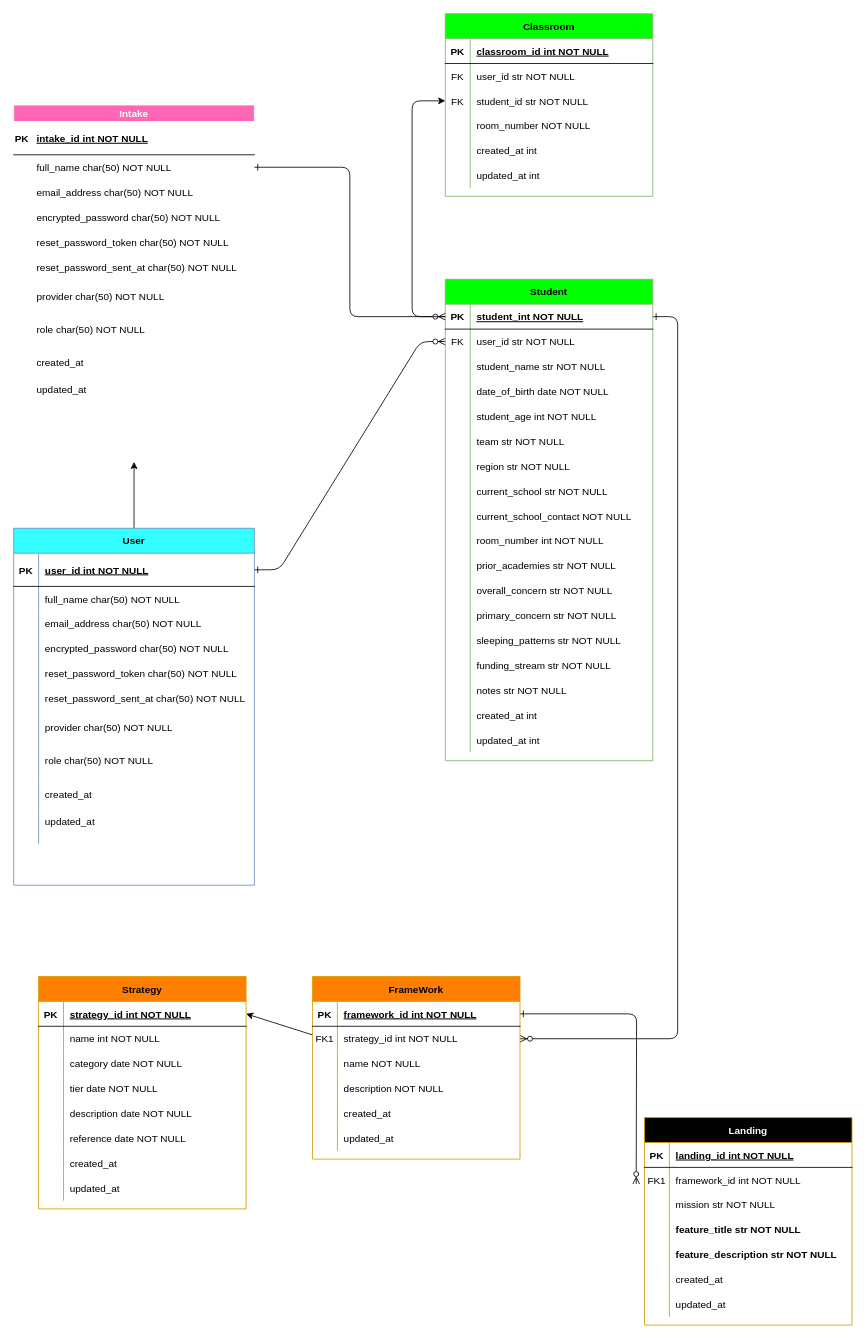
Shariffintech/abena keeps this draw.io diagram as abena-er-diagram.drawio. Above is the earlier version. Source tidied: cells renumbered, new cells numbered last; positions are measured from the earlier drawing's top-left corner, leaving out a move shared by most shapes. Both pictures are drawn from the tidied source at 83%, with x=0, y=0 at pixel (13, 13).
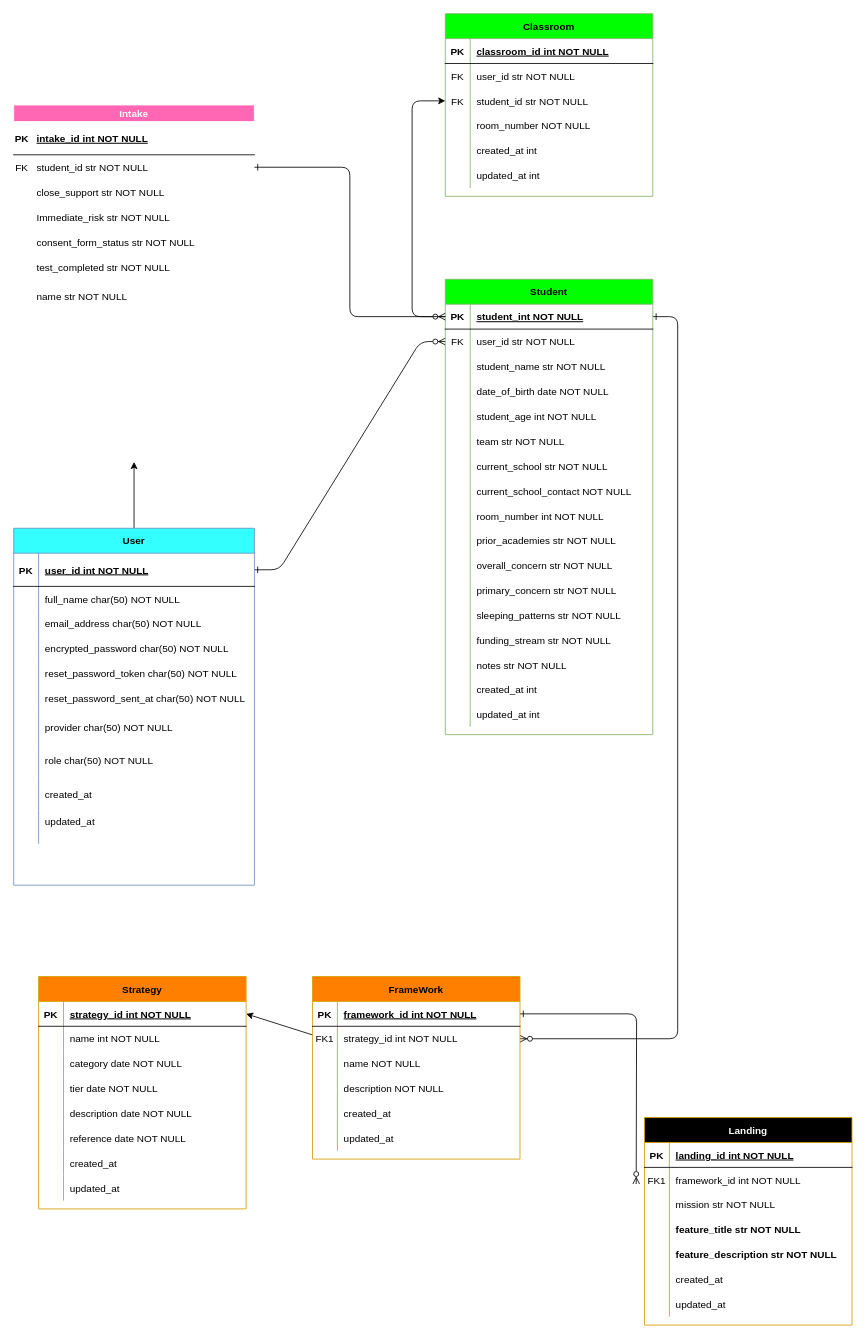
Above is the later version.

Unchanged cells that the change refers to:
```xml
<mxCell id="141" style="shape=partialRectangle;fillColor=none;points=[[0,0.5],[1,0.5]];portConstraint=eastwest;top=0;left=0;right=0;bottom=0;" parent="137" vertex="1">
  <mxGeometry y="60" width="290" height="30" as="geometry" />
</mxCell>
<mxCell id="144" style="shape=partialRectangle;fillColor=none;top=0;left=0;right=0;bottom=0;" parent="137" vertex="1">
  <mxGeometry y="90" width="290" height="30" as="geometry" />
</mxCell>
<mxCell id="147" style="shape=partialRectangle;fillColor=none;top=0;left=0;right=0;bottom=0;" parent="137" vertex="1">
  <mxGeometry y="120" width="290" height="30" as="geometry" />
</mxCell>
<mxCell id="150" style="shape=partialRectangle;fillColor=none;top=0;left=0;right=0;bottom=0;" parent="137" vertex="1">
  <mxGeometry y="150" width="290" height="30" as="geometry" />
</mxCell>
<mxCell id="153" style="shape=partialRectangle;fillColor=none;top=0;left=0;right=0;bottom=0;" parent="137" vertex="1">
  <mxGeometry y="180" width="290" height="30" as="geometry" />
</mxCell>
<mxCell id="156" style="shape=partialRectangle;fillColor=none;top=0;left=0;right=0;bottom=0;" parent="137" vertex="1">
  <mxGeometry y="210" width="290" height="40" as="geometry" />
</mxCell>
<mxCell id="159" style="shape=partialRectangle;fillColor=none;top=0;left=0;right=0;bottom=0;" parent="137" vertex="1">
  <mxGeometry y="250" width="290" height="40" as="geometry" />
</mxCell>
<mxCell id="162" style="shape=partialRectangle;fillColor=none;top=0;left=0;right=0;bottom=0;" parent="137" vertex="1">
  <mxGeometry y="290" width="290" height="40" as="geometry" />
</mxCell>
<mxCell id="165" style="shape=partialRectangle;fillColor=none;top=0;left=0;right=0;bottom=0;" parent="137" vertex="1">
  <mxGeometry y="330" width="290" height="40" as="geometry" />
</mxCell>
```

Change to the diagram source:
```diff
@@
     <mxCell id="4" value="Student" style="shape=table;startSize=30;childLayout=tableLayout;rowLines=0;fontStyle=1;align=center;fillColor=#00FF00;strokeColor=#82b366;fontColor=#000000;" parent="1" vertex="1">
-      <mxGeometry x="520" y="320" width="250" height="580" as="geometry" />
+      <mxGeometry x="520" y="320" width="250" height="548.6" as="geometry" />
     </mxCell>
@@
     <mxCell id="17" style="shape=partialRectangle;fillColor=none;top=0;left=0;right=0;bottom=0;" parent="4" vertex="1">
-      <mxGeometry y="150" width="250" height="30" as="geometry" />
+      <mxGeometry y="150" width="250" height="29" as="geometry" />
     </mxCell>
     <mxCell id="18" style="shape=partialRectangle;overflow=hidden;fillColor=none;top=0;left=0;bottom=0;right=0;" parent="17" vertex="1">
-      <mxGeometry width="30" height="30" as="geometry" />
+      <mxGeometry width="30" height="29" as="geometry" />
     </mxCell>
     <mxCell id="19" value="student_age int NOT NULL" style="shape=partialRectangle;overflow=hidden;fillColor=none;top=0;left=0;bottom=0;right=0;align=left;spacingLeft=6;" parent="17" vertex="1">
-      <mxGeometry x="30" width="220" height="30" as="geometry" />
+      <mxGeometry x="30" width="220" height="29" as="geometry" />
     </mxCell>
     <mxCell id="20" style="shape=partialRectangle;fillColor=none;top=0;left=0;right=0;bottom=0;" parent="4" vertex="1">
-      <mxGeometry y="180" width="250" height="30" as="geometry" />
+      <mxGeometry y="179" width="250" height="30" as="geometry" />
     </mxCell>
@@
-    <mxCell id="22" value="team str NOT NULL" style="shape=partialRectangle;overflow=hidden;fillColor=none;top=0;left=0;bottom=0;right=0;align=left;spacingLeft=6;" parent="20" vertex="1">
+    <mxCell id="22" style="shape=partialRectangle;overflow=hidden;fillColor=none;top=0;left=0;bottom=0;right=0;align=left;spacingLeft=6;" parent="20" vertex="1">
       <mxGeometry x="30" width="220" height="30" as="geometry" />
     </mxCell>
-    <mxCell id="23" style="shape=partialRectangle;fillColor=none;top=0;left=0;right=0;bottom=0;" parent="4" vertex="1">
-      <mxGeometry y="210" width="250" height="30" as="geometry" />
-    </mxCell>
-    <mxCell id="24" style="shape=partialRectangle;overflow=hidden;fillColor=none;top=0;left=0;bottom=0;right=0;" parent="23" vertex="1">
-      <mxGeometry width="30" height="30" as="geometry" />
-    </mxCell>
-    <mxCell id="25" value="region str NOT NULL" style="shape=partialRectangle;overflow=hidden;fillColor=none;top=0;left=0;bottom=0;right=0;align=left;spacingLeft=6;" parent="23" vertex="1">
-      <mxGeometry x="30" width="220" height="30" as="geometry" />
-    </mxCell>
     <mxCell id="26" style="shape=partialRectangle;fillColor=none;top=0;left=0;right=0;bottom=0;" parent="4" vertex="1">
-      <mxGeometry y="240" width="250" height="30" as="geometry" />
+      <mxGeometry y="209" width="250" height="30" as="geometry" />
     </mxCell>
@@
-    <mxCell id="28" value="current_school str NOT NULL" style="shape=partialRectangle;overflow=hidden;fillColor=none;top=0;left=0;bottom=0;right=0;align=left;spacingLeft=6;" parent="26" vertex="1">
+    <mxCell id="28" style="shape=partialRectangle;overflow=hidden;fillColor=none;top=0;left=0;bottom=0;right=0;align=left;spacingLeft=6;" parent="26" vertex="1">
       <mxGeometry x="30" width="220" height="30" as="geometry" />
     </mxCell>
     <mxCell id="29" style="shape=partialRectangle;fillColor=none;top=0;left=0;right=0;bottom=0;" parent="4" vertex="1">
-      <mxGeometry y="270" width="250" height="30" as="geometry" />
+      <mxGeometry y="239" width="250" height="30" as="geometry" />
     </mxCell>
@@
-    <mxCell id="31" value="current_school_contact NOT NULL" style="shape=partialRectangle;overflow=hidden;fillColor=none;top=0;left=0;bottom=0;right=0;align=left;spacingLeft=6;" parent="29" vertex="1">
+    <mxCell id="31" style="shape=partialRectangle;overflow=hidden;fillColor=none;top=0;left=0;bottom=0;right=0;align=left;spacingLeft=6;" parent="29" vertex="1">
       <mxGeometry x="30" width="220" height="30" as="geometry" />
     </mxCell>
     <mxCell id="32" style="shape=partialRectangle;fillColor=none;top=0;left=0;right=0;bottom=0;" parent="4" vertex="1">
-      <mxGeometry y="300" width="250" height="30" as="geometry" />
+      <mxGeometry y="269" width="250" height="30" as="geometry" />
     </mxCell>
@@
-    <mxCell id="34" value="room_number int NOT NULL" style="shape=partialRectangle;overflow=hidden;fillColor=none;top=0;left=0;bottom=0;right=0;align=left;spacingLeft=6;" parent="32" vertex="1">
+    <mxCell id="34" style="shape=partialRectangle;overflow=hidden;fillColor=none;top=0;left=0;bottom=0;right=0;align=left;spacingLeft=6;" parent="32" vertex="1">
       <mxGeometry x="30" width="220" height="30" as="geometry" />
     </mxCell>
     <mxCell id="35" style="shape=partialRectangle;fillColor=none;top=0;left=0;right=0;bottom=0;" parent="4" vertex="1">
-      <mxGeometry y="330" width="250" height="30" as="geometry" />
+      <mxGeometry y="299" width="250" height="30" as="geometry" />
     </mxCell>
@@
-    <mxCell id="37" value="prior_academies str NOT NULL" style="shape=partialRectangle;overflow=hidden;fillColor=none;top=0;left=0;bottom=0;right=0;align=left;spacingLeft=6;" parent="35" vertex="1">
+    <mxCell id="37" style="shape=partialRectangle;overflow=hidden;fillColor=none;top=0;left=0;bottom=0;right=0;align=left;spacingLeft=6;" parent="35" vertex="1">
       <mxGeometry x="30" width="220" height="30" as="geometry" />
     </mxCell>
     <mxCell id="38" style="shape=partialRectangle;fillColor=none;top=0;left=0;right=0;bottom=0;" parent="4" vertex="1">
-      <mxGeometry y="360" width="250" height="30" as="geometry" />
+      <mxGeometry y="329" width="250" height="30" as="geometry" />
     </mxCell>
@@
-    <mxCell id="40" value="overall_concern str NOT NULL" style="shape=partialRectangle;overflow=hidden;fillColor=none;top=0;left=0;bottom=0;right=0;align=left;spacingLeft=6;" parent="38" vertex="1">
+    <mxCell id="40" style="shape=partialRectangle;overflow=hidden;fillColor=none;top=0;left=0;bottom=0;right=0;align=left;spacingLeft=6;" parent="38" vertex="1">
       <mxGeometry x="30" width="220" height="30" as="geometry" />
     </mxCell>
     <mxCell id="41" style="shape=partialRectangle;fillColor=none;top=0;left=0;right=0;bottom=0;" parent="4" vertex="1">
-      <mxGeometry y="390" width="250" height="30" as="geometry" />
+      <mxGeometry y="359" width="250" height="30" as="geometry" />
     </mxCell>
@@
-    <mxCell id="43" value="primary_concern str NOT NULL" style="shape=partialRectangle;overflow=hidden;fillColor=none;top=0;left=0;bottom=0;right=0;align=left;spacingLeft=6;" parent="41" vertex="1">
+    <mxCell id="43" style="shape=partialRectangle;overflow=hidden;fillColor=none;top=0;left=0;bottom=0;right=0;align=left;spacingLeft=6;" parent="41" vertex="1">
       <mxGeometry x="30" width="220" height="30" as="geometry" />
     </mxCell>
     <mxCell id="44" style="shape=partialRectangle;fillColor=none;top=0;left=0;right=0;bottom=0;" parent="4" vertex="1">
-      <mxGeometry y="420" width="250" height="30" as="geometry" />
+      <mxGeometry y="389" width="250" height="30" as="geometry" />
     </mxCell>
@@
-    <mxCell id="46" value="sleeping_patterns str NOT NULL" style="shape=partialRectangle;overflow=hidden;fillColor=none;top=0;left=0;bottom=0;right=0;align=left;spacingLeft=6;" parent="44" vertex="1">
+    <mxCell id="46" style="shape=partialRectangle;overflow=hidden;fillColor=none;top=0;left=0;bottom=0;right=0;align=left;spacingLeft=6;" parent="44" vertex="1">
       <mxGeometry x="30" width="220" height="30" as="geometry" />
     </mxCell>
     <mxCell id="47" style="shape=partialRectangle;fillColor=none;top=0;left=0;right=0;bottom=0;" parent="4" vertex="1">
-      <mxGeometry y="450" width="250" height="30" as="geometry" />
+      <mxGeometry y="419" width="250" height="30" as="geometry" />
     </mxCell>
@@
-    <mxCell id="49" value="funding_stream str NOT NULL" style="shape=partialRectangle;overflow=hidden;fillColor=none;top=0;left=0;bottom=0;right=0;align=left;spacingLeft=6;" parent="47" vertex="1">
+    <mxCell id="49" style="shape=partialRectangle;overflow=hidden;fillColor=none;top=0;left=0;bottom=0;right=0;align=left;spacingLeft=6;" parent="47" vertex="1">
       <mxGeometry x="30" width="220" height="30" as="geometry" />
     </mxCell>
     <mxCell id="50" style="shape=partialRectangle;fillColor=none;top=0;left=0;right=0;bottom=0;" parent="4" vertex="1">
-      <mxGeometry y="480" width="250" height="30" as="geometry" />
+      <mxGeometry y="449" width="250" height="30" as="geometry" />
     </mxCell>
@@
-    <mxCell id="52" value="notes str NOT NULL" style="shape=partialRectangle;overflow=hidden;fillColor=none;top=0;left=0;bottom=0;right=0;align=left;spacingLeft=6;" parent="50" vertex="1">
+    <mxCell id="52" style="shape=partialRectangle;overflow=hidden;fillColor=none;top=0;left=0;bottom=0;right=0;align=left;spacingLeft=6;" parent="50" vertex="1">
       <mxGeometry x="30" width="220" height="30" as="geometry" />
     </mxCell>
     <mxCell id="53" style="shape=partialRectangle;fillColor=none;top=0;left=0;right=0;bottom=0;" parent="4" vertex="1">
-      <mxGeometry y="510" width="250" height="30" as="geometry" />
+      <mxGeometry y="479" width="250" height="30" as="geometry" />
     </mxCell>
@@
     <mxCell id="56" style="shape=partialRectangle;fillColor=none;top=0;left=0;right=0;bottom=0;" parent="4" vertex="1">
-      <mxGeometry y="540" width="250" height="30" as="geometry" />
+      <mxGeometry y="509" width="250" height="30" as="geometry" />
     </mxCell>
@@
-    <mxCell id="142" style="shape=partialRectangle;overflow=hidden;fillColor=none;top=0;left=0;bottom=0;right=0;" parent="141" vertex="1">
+    <mxCell id="142" value="FK" style="shape=partialRectangle;overflow=hidden;fillColor=none;top=0;left=0;bottom=0;right=0;" parent="141" vertex="1">
       <mxGeometry width="20" height="30" as="geometry" />
     </mxCell>
-    <mxCell id="143" value="full_name char(50) NOT NULL" style="shape=partialRectangle;overflow=hidden;fillColor=none;top=0;left=0;bottom=0;right=0;align=left;spacingLeft=6;" parent="141" vertex="1">
+    <mxCell id="143" value="student_id str NOT NULL" style="shape=partialRectangle;overflow=hidden;fillColor=none;top=0;left=0;bottom=0;right=0;align=left;spacingLeft=6;" parent="141" vertex="1">
       <mxGeometry x="20" width="270" height="30" as="geometry" />
     </mxCell>
@@
-    <mxCell id="146" value="email_address char(50) NOT NULL" style="shape=partialRectangle;overflow=hidden;fillColor=none;top=0;left=0;bottom=0;right=0;align=left;spacingLeft=6;" parent="144" vertex="1">
+    <mxCell id="146" value="close_support str NOT NULL" style="shape=partialRectangle;overflow=hidden;fillColor=none;top=0;left=0;bottom=0;right=0;align=left;spacingLeft=6;" parent="144" vertex="1">
       <mxGeometry x="20" width="270" height="30" as="geometry" />
     </mxCell>
@@
-    <mxCell id="149" value="encrypted_password char(50) NOT NULL" style="shape=partialRectangle;overflow=hidden;fillColor=none;top=0;left=0;bottom=0;right=0;align=left;spacingLeft=6;" parent="147" vertex="1">
+    <mxCell id="149" value="Immediate_risk str NOT NULL" style="shape=partialRectangle;overflow=hidden;fillColor=none;top=0;left=0;bottom=0;right=0;align=left;spacingLeft=6;" parent="147" vertex="1">
       <mxGeometry x="20" width="270" height="30" as="geometry" />
     </mxCell>
@@
-    <mxCell id="152" value="reset_password_token char(50) NOT NULL" style="shape=partialRectangle;overflow=hidden;fillColor=none;top=0;left=0;bottom=0;right=0;align=left;spacingLeft=6;" parent="150" vertex="1">
+    <mxCell id="152" value="consent_form_status str NOT NULL" style="shape=partialRectangle;overflow=hidden;fillColor=none;top=0;left=0;bottom=0;right=0;align=left;spacingLeft=6;" parent="150" vertex="1">
       <mxGeometry x="20" width="270" height="30" as="geometry" />
     </mxCell>
@@
-    <mxCell id="155" value="reset_password_sent_at char(50) NOT NULL" style="shape=partialRectangle;overflow=hidden;fillColor=none;top=0;left=0;bottom=0;right=0;align=left;spacingLeft=6;" parent="153" vertex="1">
+    <mxCell id="155" value="test_completed str NOT NULL" style="shape=partialRectangle;overflow=hidden;fillColor=none;top=0;left=0;bottom=0;right=0;align=left;spacingLeft=6;" parent="153" vertex="1">
       <mxGeometry x="20" width="270" height="30" as="geometry" />
     </mxCell>
@@
-    <mxCell id="158" value="provider char(50) NOT NULL" style="shape=partialRectangle;overflow=hidden;fillColor=none;top=0;left=0;bottom=0;right=0;align=left;spacingLeft=6;" parent="156" vertex="1">
+    <mxCell id="158" value="name str NOT NULL" style="shape=partialRectangle;overflow=hidden;fillColor=none;top=0;left=0;bottom=0;right=0;align=left;spacingLeft=6;" parent="156" vertex="1">
       <mxGeometry x="20" width="270" height="40" as="geometry" />
     </mxCell>
@@
-    <mxCell id="161" value="role char(50) NOT NULL" style="shape=partialRectangle;overflow=hidden;fillColor=none;top=0;left=0;bottom=0;right=0;align=left;spacingLeft=6;" parent="159" vertex="1">
+    <mxCell id="161" style="shape=partialRectangle;overflow=hidden;fillColor=none;top=0;left=0;bottom=0;right=0;align=left;spacingLeft=6;" parent="159" vertex="1">
       <mxGeometry x="20" width="270" height="40" as="geometry" />
     </mxCell>
@@
-    <mxCell id="164" value="created_at" style="shape=partialRectangle;overflow=hidden;fillColor=none;top=0;left=0;bottom=0;right=0;align=left;spacingLeft=6;" parent="162" vertex="1">
+    <mxCell id="164" style="shape=partialRectangle;overflow=hidden;fillColor=none;top=0;left=0;bottom=0;right=0;align=left;spacingLeft=6;" parent="162" vertex="1">
       <mxGeometry x="20" width="270" height="40" as="geometry" />
     </mxCell>
@@
-    <mxCell id="167" value="updated_at&#10;" style="shape=partialRectangle;overflow=hidden;fillColor=none;top=0;left=0;bottom=0;right=0;align=left;spacingLeft=6;" parent="165" vertex="1">
+    <mxCell id="167" style="shape=partialRectangle;overflow=hidden;fillColor=none;top=0;left=0;bottom=0;right=0;align=left;spacingLeft=6;" parent="165" vertex="1">
       <mxGeometry x="20" width="270" height="40" as="geometry" />
     </mxCell>
@@
+    <mxCell id="211" value="team str NOT NULL" style="shape=partialRectangle;overflow=hidden;fillColor=none;top=0;left=0;bottom=0;right=0;align=left;spacingLeft=6;" parent="1" vertex="1">
+      <mxGeometry x="550" y="500" width="220" height="30" as="geometry" />
+    </mxCell>
+    <mxCell id="212" value="current_school str NOT NULL" style="shape=partialRectangle;overflow=hidden;fillColor=none;top=0;left=0;bottom=0;right=0;align=left;spacingLeft=6;" parent="1" vertex="1">
+      <mxGeometry x="550" y="530" width="220" height="30" as="geometry" />
+    </mxCell>
+    <mxCell id="213" value="current_school_contact NOT NULL" style="shape=partialRectangle;overflow=hidden;fillColor=none;top=0;left=0;bottom=0;right=0;align=left;spacingLeft=6;" parent="1" vertex="1">
+      <mxGeometry x="550" y="560" width="220" height="30" as="geometry" />
+    </mxCell>
+    <mxCell id="214" value="room_number int NOT NULL" style="shape=partialRectangle;overflow=hidden;fillColor=none;top=0;left=0;bottom=0;right=0;align=left;spacingLeft=6;" parent="1" vertex="1">
+      <mxGeometry x="550" y="590" width="220" height="30" as="geometry" />
+    </mxCell>
+    <mxCell id="215" value="prior_academies str NOT NULL" style="shape=partialRectangle;overflow=hidden;fillColor=none;top=0;left=0;bottom=0;right=0;align=left;spacingLeft=6;" parent="1" vertex="1">
+      <mxGeometry x="550" y="620" width="220" height="30" as="geometry" />
+    </mxCell>
+    <mxCell id="216" value="overall_concern str NOT NULL" style="shape=partialRectangle;overflow=hidden;fillColor=none;top=0;left=0;bottom=0;right=0;align=left;spacingLeft=6;" parent="1" vertex="1">
+      <mxGeometry x="550" y="650" width="220" height="30" as="geometry" />
+    </mxCell>
+    <mxCell id="217" value="primary_concern str NOT NULL" style="shape=partialRectangle;overflow=hidden;fillColor=none;top=0;left=0;bottom=0;right=0;align=left;spacingLeft=6;" parent="1" vertex="1">
+      <mxGeometry x="550" y="680" width="220" height="30" as="geometry" />
+    </mxCell>
+    <mxCell id="218" value="sleeping_patterns str NOT NULL" style="shape=partialRectangle;overflow=hidden;fillColor=none;top=0;left=0;bottom=0;right=0;align=left;spacingLeft=6;" parent="1" vertex="1">
+      <mxGeometry x="550" y="710" width="220" height="30" as="geometry" />
+    </mxCell>
+    <mxCell id="219" value="funding_stream str NOT NULL" style="shape=partialRectangle;overflow=hidden;fillColor=none;top=0;left=0;bottom=0;right=0;align=left;spacingLeft=6;" parent="1" vertex="1">
+      <mxGeometry x="550" y="740" width="220" height="30" as="geometry" />
+    </mxCell>
+    <mxCell id="220" value="notes str NOT NULL" style="shape=partialRectangle;overflow=hidden;fillColor=none;top=0;left=0;bottom=0;right=0;align=left;spacingLeft=6;" parent="1" vertex="1">
+      <mxGeometry x="550" y="770" width="220" height="30" as="geometry" />
+    </mxCell>
```
